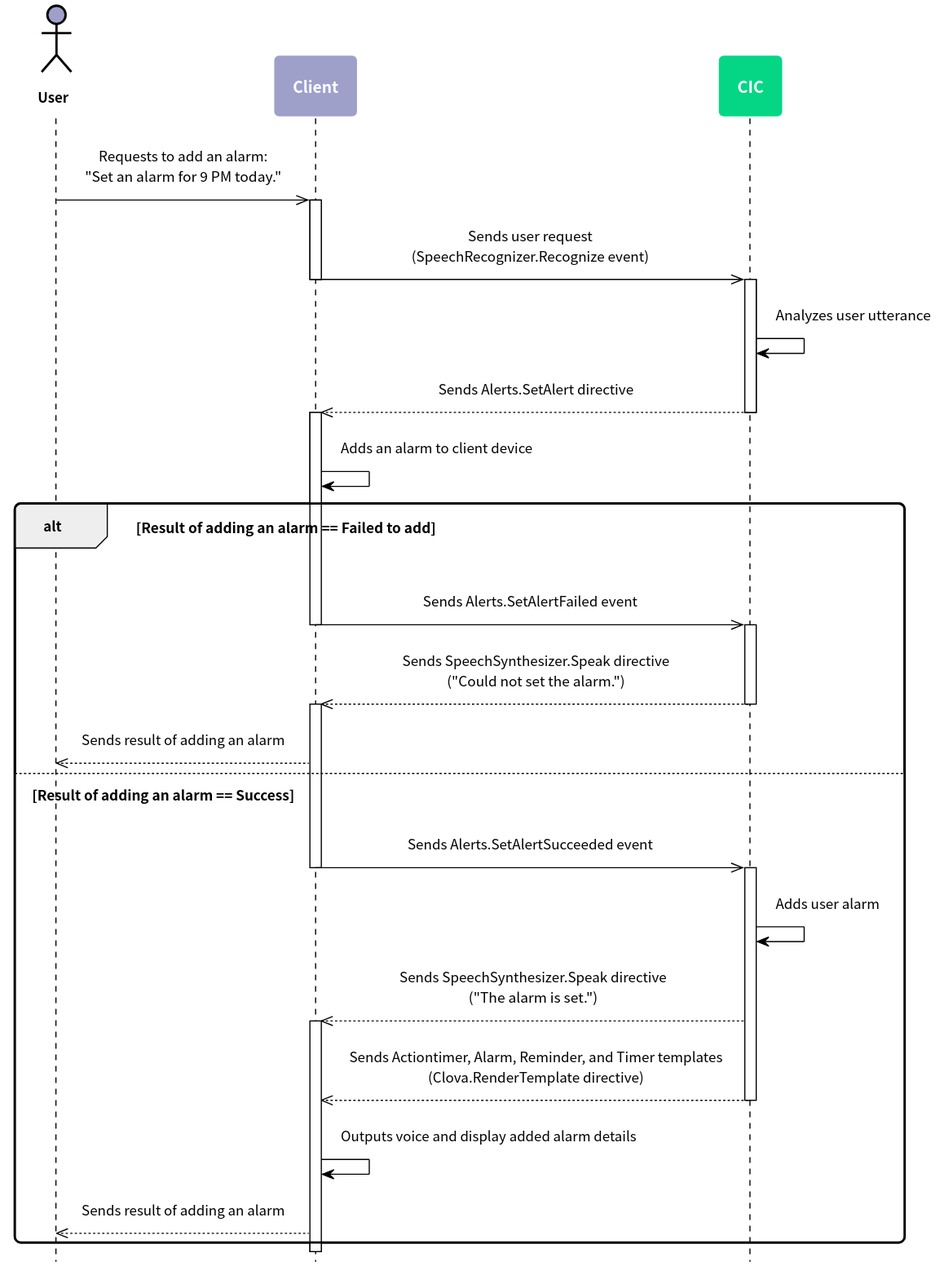
muchokwon/clova-client-developer-guide keeps this PlantUML diagram as en-KR/Develop/Assets/Images/CIC_Alerts_Add_Work_Flow.svg. Above is the earlier version.
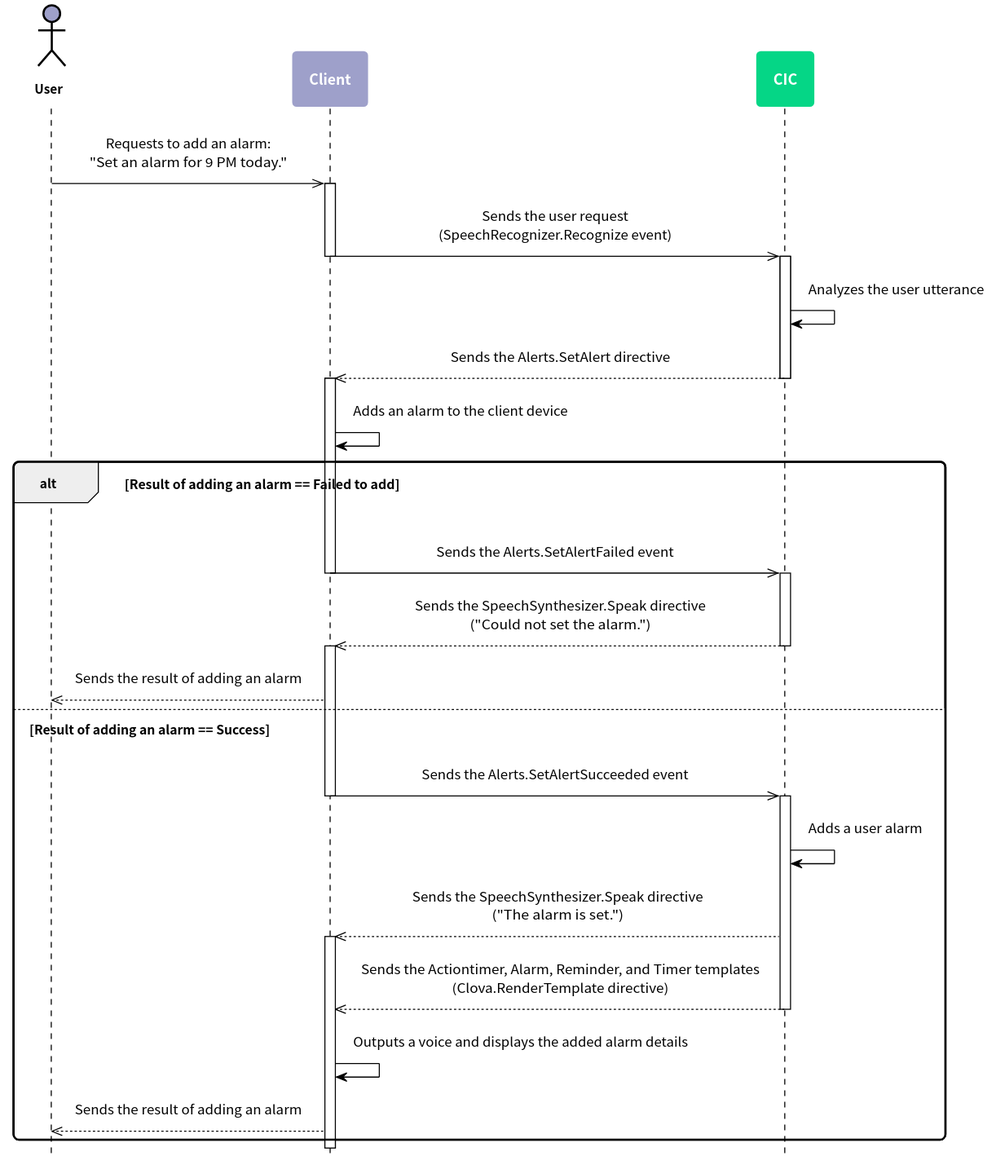
The same diagram one commit later.

Change to the diagram source:
```diff
@@ -57,43 +57,43 @@
 user ->> client : Requests to add an alarm:\n"Set an alarm for 9 PM today."
 
 activate client
-  client ->> cic : Sends user request\n(SpeechRecognizer.Recognize event)
+  client ->> cic : Sends the user request\n(SpeechRecognizer.Recognize event)
 deactivate client
 
 activate cic
-  cic -> cic : Analyzes user utterance
-  cic -->> client : Sends Alerts.SetAlert directive
+  cic -> cic : Analyzes the user utterance
+  cic -->> client : Sends the Alerts.SetAlert directive
 deactivate cic
 
 activate client
-  client -> client : Adds an alarm to client device
+  client -> client : Adds an alarm to the client device
 
 alt Result of adding an alarm == Failed to add
 
-  client ->> cic : Sends Alerts.SetAlertFailed event
+  client ->> cic : Sends the Alerts.SetAlertFailed event
   deactivate client
   activate cic
 
-    cic -->> client : Sends SpeechSynthesizer.Speak directive\n("Could not set the alarm.")
+    cic -->> client : Sends the SpeechSynthesizer.Speak directive\n("Could not set the alarm.")
   deactivate cic
   activate client
-    client -->> user : Sends result of adding an alarm
+    client -->> user : Sends the result of adding an alarm
 
 else Result of adding an alarm == Success
 
-  client ->> cic : Sends Alerts.SetAlertSucceeded event
+  client ->> cic : Sends the Alerts.SetAlertSucceeded event
 
 deactivate client
 
 activate cic
-  cic -> cic : Adds user alarm
-  cic -->> client : Sends SpeechSynthesizer.Speak directive\n("The alarm is set.")
+  cic -> cic : Adds a user alarm
+  cic -->> client : Sends the SpeechSynthesizer.Speak directive\n("The alarm is set.")
 activate client
-  cic -->> client : Sends Actiontimer, Alarm, Reminder, and Timer templates\n(Clova.RenderTemplate directive)
+  cic -->> client : Sends the Actiontimer, Alarm, Reminder, and Timer templates\n(Clova.RenderTemplate directive)
 deactivate cic
 
-  client -> client : Outputs voice and display added alarm details
-  client -->> user : Sends result of adding an alarm
+  client -> client : Outputs a voice and displays the added alarm details
+  client -->> user : Sends the result of adding an alarm
 
   end
 
```
